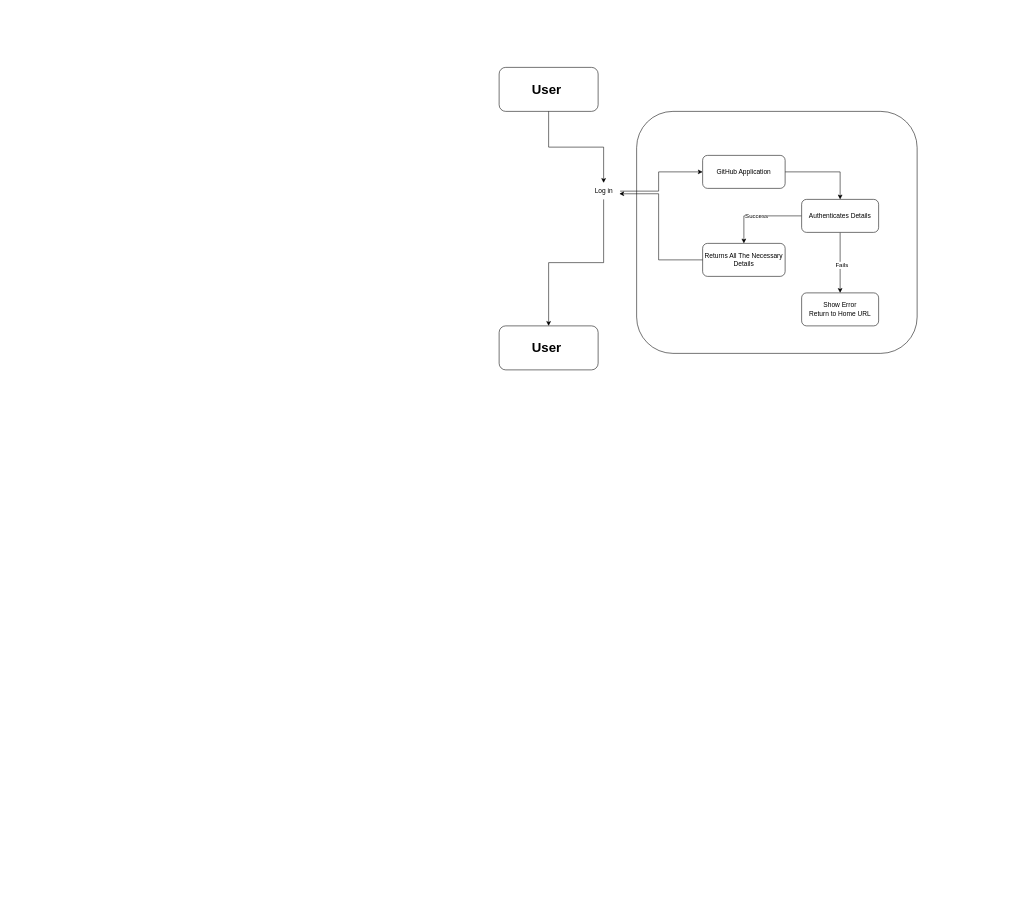
Above: GSoC_AppMetric.drawio in MishraShardendu22-CP/Draw.io-ShardenduMishra (draw.io), before the change. Source tidied: cells renumbered, new cells numbered last; positions are measured from the earlier drawing's top-left corner, leaving out a move shared by most shapes. Both pictures are drawn from the tidied source at 55%, with x=0, y=0 at pixel (499, 67).
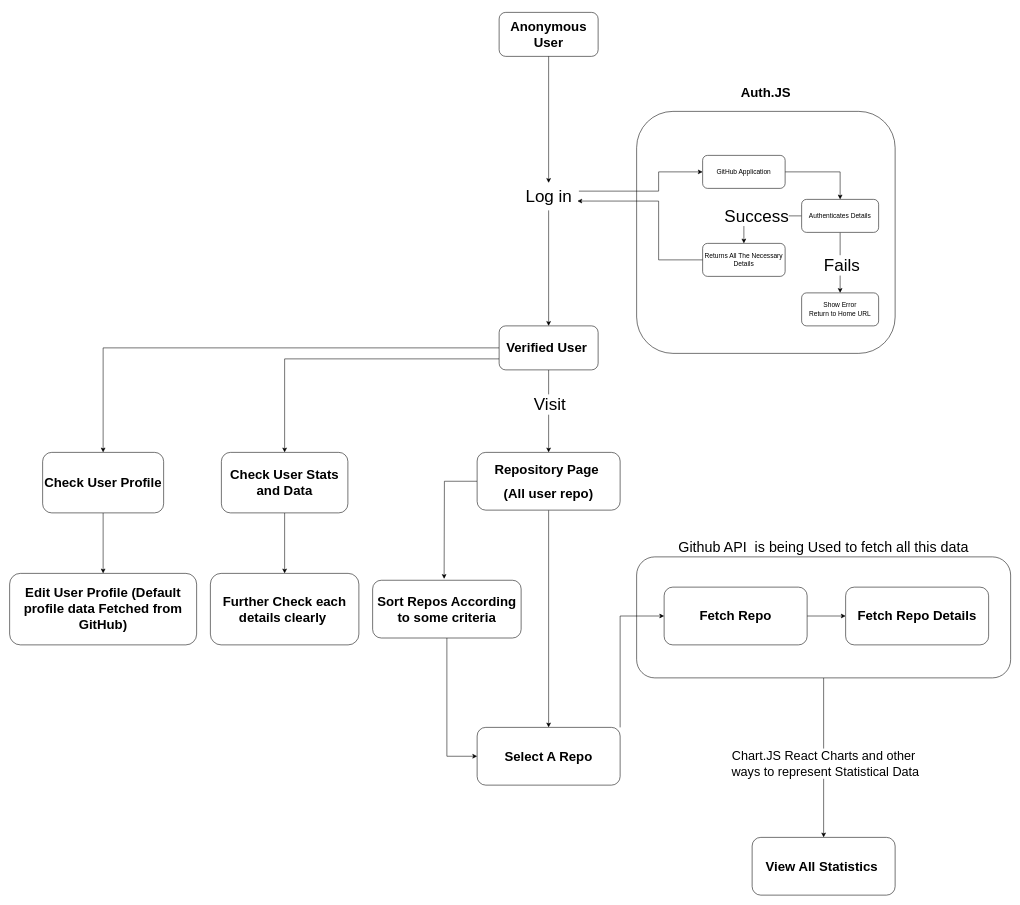
Above is the later version.

Unchanged cells that the change refers to:
```xml
<mxCell id="11" style="edgeStyle=orthogonalEdgeStyle;rounded=0;jettySize=auto;html=1;" parent="1" edge="1" source="15" target="16">
  <mxGeometry relative="1" as="geometry" />
</mxCell>
<mxCell id="13" style="edgeStyle=orthogonalEdgeStyle;rounded=0;jettySize=auto;html=1;" parent="1" edge="1" source="15" target="18">
  <mxGeometry relative="1" as="geometry" />
</mxCell>
<mxCell id="16" value="Returns All The Necessary Details" style="rounded=1;whiteSpace=wrap;html=1;" parent="1" vertex="1">
  <mxGeometry x="370" y="320" width="150" height="60" as="geometry" />
</mxCell>
```

Diff of the diagram source:
```diff
@@
+    <mxCell id="19" style="edgeStyle=orthogonalEdgeStyle;rounded=0;jettySize=auto;html=1;" parent="1" edge="1" source="21" target="39">
+      <mxGeometry relative="1" as="geometry" />
+    </mxCell>
+    <mxCell id="20" value="&lt;font style=&quot;font-size: 23px;&quot;&gt;Chart.JS React Charts and other&amp;nbsp;&lt;/font&gt;&lt;div&gt;&lt;font style=&quot;font-size: 23px;&quot;&gt;ways to represent Statistical Data&lt;/font&gt;&lt;/div&gt;" style="edgeLabel;html=1;align=center;verticalAlign=middle;" parent="19" vertex="1">
+      <mxGeometry x="0.07" y="2" relative="1" as="geometry" />
+    </mxCell>
+    <mxCell id="21" value="&lt;font style=&quot;font-size: 26px;&quot;&gt;Github API&amp;nbsp; is being Used to fetch all this data&lt;/font&gt;" style="rounded=1;whiteSpace=wrap;html=1;labelPosition=center;verticalLabelPosition=top;align=center;verticalAlign=bottom;" parent="1" vertex="1">
+      <mxGeometry x="250" y="890" width="680" height="220" as="geometry" />
+    </mxCell>
-    <mxCell id="2" value="&lt;h1&gt;&lt;br&gt;&lt;/h1&gt;" style="rounded=1;whiteSpace=wrap;html=1;" parent="1" vertex="1">
-      <mxGeometry x="250" y="80" width="510" height="440" as="geometry" />
+    <mxCell id="2" value="&lt;h1 style=&quot;padding-bottom: 0px;&quot;&gt;Auth.JS&lt;/h1&gt;" style="rounded=1;whiteSpace=wrap;html=1;verticalAlign=bottom;labelPosition=center;verticalLabelPosition=top;align=center;" parent="1" vertex="1">
+      <mxGeometry x="250" y="80" width="470" height="440" as="geometry" />
     </mxCell>
-    <mxCell id="3" value="&lt;h1&gt;&lt;b&gt;User&amp;nbsp;&lt;/b&gt;&lt;/h1&gt;" style="rounded=1;whiteSpace=wrap;html=1;" parent="1" vertex="1">
-      <mxGeometry width="180" height="80" as="geometry" />
+    <mxCell id="3" value="&lt;h1&gt;&lt;b&gt;Anonymous User&lt;/b&gt;&lt;/h1&gt;" style="rounded=1;whiteSpace=wrap;html=1;" parent="1" vertex="1">
+      <mxGeometry y="-100" width="180" height="80" as="geometry" />
     </mxCell>
+    <mxCell id="22" style="edgeStyle=orthogonalEdgeStyle;rounded=0;jettySize=auto;html=1;" parent="1" edge="1" source="4" target="27">
+      <mxGeometry relative="1" as="geometry" />
+    </mxCell>
+    <mxCell id="23" style="edgeStyle=orthogonalEdgeStyle;rounded=0;jettySize=auto;html=1;exitX=0;exitY=0.75;exitDx=0;exitDy=0;entryX=0.5;entryY=0;entryDx=0;entryDy=0;" parent="1" edge="1" source="4" target="29">
+      <mxGeometry relative="1" as="geometry" />
+    </mxCell>
+    <mxCell id="24" style="edgeStyle=orthogonalEdgeStyle;rounded=0;jettySize=auto;html=1;" parent="1" edge="1" source="4" target="34">
+      <mxGeometry relative="1" as="geometry" />
+    </mxCell>
+    <mxCell id="25" value="Visit" style="edgeLabel;html=1;align=center;verticalAlign=middle;fontSize=31;" parent="24" vertex="1">
+      <mxGeometry x="-0.18" y="1" relative="1" as="geometry" />
+    </mxCell>
-    <mxCell id="4" value="&lt;h1&gt;&lt;b&gt;User&amp;nbsp;&lt;/b&gt;&lt;/h1&gt;" style="rounded=1;whiteSpace=wrap;html=1;" parent="1" vertex="1">
+    <mxCell id="4" value="&lt;h1&gt;&lt;b&gt;Verified User&amp;nbsp;&lt;/b&gt;&lt;/h1&gt;" style="rounded=1;whiteSpace=wrap;html=1;" parent="1" vertex="1">
       <mxGeometry y="470" width="180" height="80" as="geometry" />
     </mxCell>
@@
-    <mxCell id="8" value="Log in" style="text;html=1;align=center;verticalAlign=middle;points=[];strokeColor=none;fillColor=none;" parent="1" vertex="1">
-      <mxGeometry x="160" y="210" width="60" height="30" as="geometry" />
+    <mxCell id="8" value="Log in" style="text;html=1;align=center;verticalAlign=middle;points=[];strokeColor=none;fillColor=none;fontSize=31;" parent="1" vertex="1">
+      <mxGeometry x="35" y="210" width="110" height="50" as="geometry" />
     </mxCell>
@@
-    <mxCell id="12" value="Success" style="edgeLabel;html=1;align=center;verticalAlign=middle;" parent="11" vertex="1">
+    <mxCell id="12" value="Success" style="edgeLabel;html=1;align=center;verticalAlign=middle;fontSize=31;" parent="11" vertex="1">
       <mxGeometry x="0.07" y="-1" relative="1" as="geometry" />
     </mxCell>
@@
-    <mxCell id="14" value="Fails" style="edgeLabel;html=1;align=center;verticalAlign=middle;" parent="13" vertex="1">
+    <mxCell id="14" value="Fails" style="edgeLabel;html=1;align=center;verticalAlign=middle;fontSize=31;" parent="13" vertex="1">
       <mxGeometry x="0.08" y="2" relative="1" as="geometry" />
     </mxCell>
@@
     <mxCell id="17" style="edgeStyle=orthogonalEdgeStyle;rounded=0;jettySize=auto;html=1;entryX=0.976;entryY=0.661;entryDx=0;entryDy=0;entryPerimeter=0;" parent="1" edge="1" source="16" target="8">
       <mxGeometry relative="1" as="geometry">
         <Array as="points">
           <mxPoint x="290" y="350" />
-          <mxPoint x="290" y="230" />
+          <mxPoint x="290" y="243" />
         </Array>
       </mxGeometry>
     </mxCell>
@@
+    <mxCell id="26" style="edgeStyle=orthogonalEdgeStyle;rounded=0;jettySize=auto;html=1;" parent="1" edge="1" source="27" target="31">
+      <mxGeometry relative="1" as="geometry" />
+    </mxCell>
+    <mxCell id="27" value="&lt;h1&gt;&lt;b&gt;Check User Profile&lt;/b&gt;&lt;/h1&gt;" style="rounded=1;whiteSpace=wrap;html=1;" parent="1" vertex="1">
+      <mxGeometry x="-830" y="700" width="220" height="110" as="geometry" />
+    </mxCell>
+    <mxCell id="28" style="edgeStyle=orthogonalEdgeStyle;rounded=0;jettySize=auto;html=1;" parent="1" edge="1" source="29" target="30">
+      <mxGeometry relative="1" as="geometry" />
+    </mxCell>
+    <mxCell id="29" value="&lt;h1&gt;Check User Stats and Data&lt;/h1&gt;" style="rounded=1;whiteSpace=wrap;html=1;" parent="1" vertex="1">
+      <mxGeometry x="-505" y="700" width="230" height="110" as="geometry" />
+    </mxCell>
+    <mxCell id="30" value="&lt;h1&gt;Further Check each details clearly&amp;nbsp;&lt;/h1&gt;" style="rounded=1;whiteSpace=wrap;html=1;" parent="1" vertex="1">
+      <mxGeometry x="-525" y="920" width="270" height="130" as="geometry" />
+    </mxCell>
+    <mxCell id="31" value="&lt;h1&gt;&lt;b&gt;Edit User Profile (Default profile data Fetched from GitHub)&lt;/b&gt;&lt;/h1&gt;" style="rounded=1;whiteSpace=wrap;html=1;" parent="1" vertex="1">
+      <mxGeometry x="-890" y="920" width="340" height="130" as="geometry" />
+    </mxCell>
+    <mxCell id="32" style="edgeStyle=orthogonalEdgeStyle;rounded=0;jettySize=auto;html=1;" parent="1" edge="1" source="34">
+      <mxGeometry relative="1" as="geometry">
+        <mxPoint x="-100" y="930" as="targetPoint" />
+      </mxGeometry>
+    </mxCell>
+    <mxCell id="33" style="edgeStyle=orthogonalEdgeStyle;rounded=0;jettySize=auto;html=1;" parent="1" edge="1" source="34" target="38">
+      <mxGeometry relative="1" as="geometry" />
+    </mxCell>
+    <mxCell id="34" value="&lt;h1&gt;Repository Page&amp;nbsp;&lt;/h1&gt;&lt;h1&gt;(All user repo)&lt;/h1&gt;" style="rounded=1;whiteSpace=wrap;html=1;" parent="1" vertex="1">
+      <mxGeometry x="-40" y="700" width="260" height="105" as="geometry" />
+    </mxCell>
+    <mxCell id="35" style="edgeStyle=orthogonalEdgeStyle;rounded=0;jettySize=auto;html=1;entryX=0;entryY=0.5;entryDx=0;entryDy=0;" parent="1" edge="1" source="36" target="38">
+      <mxGeometry relative="1" as="geometry" />
+    </mxCell>
+    <mxCell id="36" value="&lt;h1&gt;Sort Repos According to some criteria&lt;/h1&gt;" style="rounded=1;whiteSpace=wrap;html=1;" parent="1" vertex="1">
+      <mxGeometry x="-230" y="932.5" width="270" height="105" as="geometry" />
+    </mxCell>
+    <mxCell id="37" style="edgeStyle=orthogonalEdgeStyle;rounded=0;jettySize=auto;html=1;exitX=1;exitY=0;exitDx=0;exitDy=0;entryX=0;entryY=0.5;entryDx=0;entryDy=0;" parent="1" edge="1" source="38" target="41">
+      <mxGeometry relative="1" as="geometry" />
+    </mxCell>
+    <mxCell id="38" value="&lt;h1&gt;Select A Repo&lt;/h1&gt;" style="rounded=1;whiteSpace=wrap;html=1;" parent="1" vertex="1">
+      <mxGeometry x="-40" y="1200" width="260" height="105" as="geometry" />
+    </mxCell>
+    <mxCell id="39" value="&lt;h1&gt;View All Statistics&amp;nbsp;&lt;/h1&gt;" style="rounded=1;whiteSpace=wrap;html=1;" parent="1" vertex="1">
+      <mxGeometry x="460" y="1400" width="260" height="105" as="geometry" />
+    </mxCell>
+    <mxCell id="40" style="edgeStyle=orthogonalEdgeStyle;rounded=0;jettySize=auto;html=1;" parent="1" edge="1" source="41" target="42">
+      <mxGeometry relative="1" as="geometry" />
+    </mxCell>
+    <mxCell id="41" value="&lt;h1&gt;Fetch Repo&lt;/h1&gt;" style="rounded=1;whiteSpace=wrap;html=1;" parent="1" vertex="1">
+      <mxGeometry x="300" y="945" width="260" height="105" as="geometry" />
+    </mxCell>
+    <mxCell id="42" value="&lt;h1&gt;Fetch Repo Details&lt;/h1&gt;" style="rounded=1;whiteSpace=wrap;html=1;" parent="1" vertex="1">
+      <mxGeometry x="630" y="945" width="260" height="105" as="geometry" />
+    </mxCell>
```
